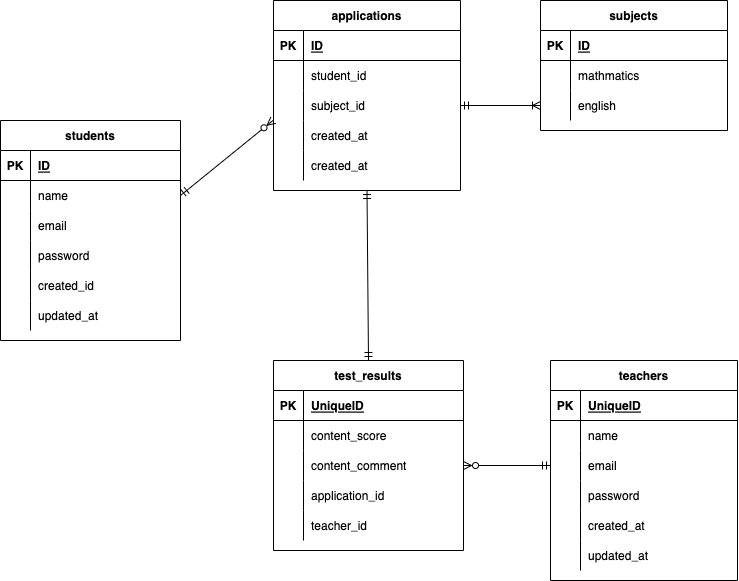
The draw.io diagram DB_arrangemant.drawio.png in kengokonishi0824/DB-arrangement, before a commit. Source tidied: cells renumbered, new cells last; positions are measured from the earlier drawing's top-left corner, leaving out a move shared by most shapes.
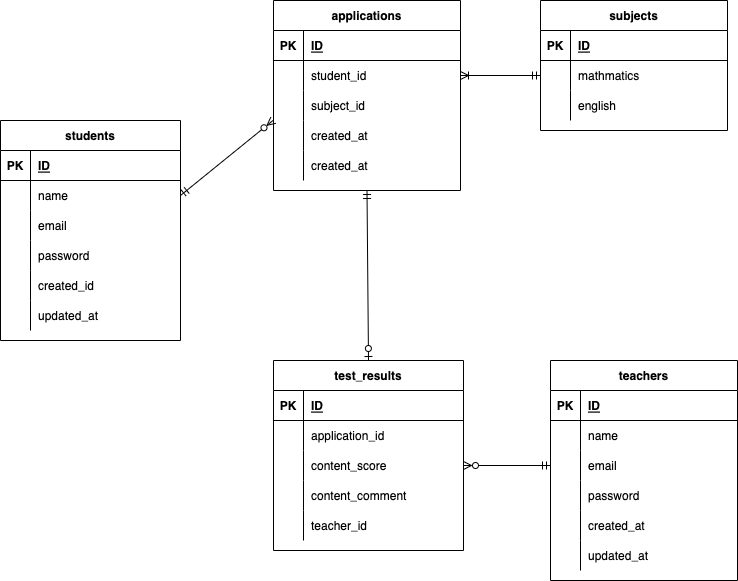
Above is the later version.

Change to the diagram source:
```diff
@@ -68,7 +68,7 @@
     <mxCell id="23" value="PK" style="shape=partialRectangle;fillColor=none;top=0;left=0;bottom=0;right=0;fontStyle=1;overflow=hidden;" parent="22" vertex="1">
       <mxGeometry width="30" height="30" as="geometry" />
     </mxCell>
-    <mxCell id="24" value="UniqueID" style="shape=partialRectangle;fillColor=none;top=0;left=0;bottom=0;right=0;align=left;spacingLeft=6;fontStyle=5;overflow=hidden;" parent="22" vertex="1">
+    <mxCell id="24" value="ID" style="shape=partialRectangle;fillColor=none;top=0;left=0;bottom=0;right=0;align=left;spacingLeft=6;fontStyle=5;overflow=hidden;" parent="22" vertex="1">
       <mxGeometry x="30" width="157" height="30" as="geometry" />
     </mxCell>
     <mxCell id="25" style="shape=partialRectangle;fillColor=none;top=0;left=0;bottom=0;right=0;" parent="21" vertex="1">
@@ -125,7 +125,7 @@
     <mxCell id="42" value="PK" style="shape=partialRectangle;fillColor=none;top=0;left=0;bottom=0;right=0;fontStyle=1;overflow=hidden;" parent="41" vertex="1">
       <mxGeometry width="30" height="30" as="geometry" />
     </mxCell>
-    <mxCell id="43" value="UniqueID" style="shape=partialRectangle;fillColor=none;top=0;left=0;bottom=0;right=0;align=left;spacingLeft=6;fontStyle=5;overflow=hidden;" parent="41" vertex="1">
+    <mxCell id="43" value="ID" style="shape=partialRectangle;fillColor=none;top=0;left=0;bottom=0;right=0;align=left;spacingLeft=6;fontStyle=5;overflow=hidden;" parent="41" vertex="1">
       <mxGeometry x="30" width="160" height="30" as="geometry" />
     </mxCell>
     <mxCell id="44" style="shape=partialRectangle;fillColor=none;top=0;left=0;bottom=0;right=0;" parent="40" vertex="1">
@@ -134,7 +134,7 @@
     <mxCell id="45" style="shape=partialRectangle;fillColor=none;top=0;left=0;bottom=0;right=0;overflow=hidden;" parent="44" vertex="1">
       <mxGeometry width="30" height="30" as="geometry" />
     </mxCell>
-    <mxCell id="46" value="content_score" style="shape=partialRectangle;fillColor=none;top=0;left=0;bottom=0;right=0;align=left;spacingLeft=6;overflow=hidden;" parent="44" vertex="1">
+    <mxCell id="46" value="application_id" style="shape=partialRectangle;fillColor=none;top=0;left=0;bottom=0;right=0;align=left;spacingLeft=6;overflow=hidden;" parent="44" vertex="1">
       <mxGeometry x="30" width="160" height="30" as="geometry" />
     </mxCell>
     <mxCell id="47" style="shape=partialRectangle;fillColor=none;top=0;left=0;bottom=0;right=0;points=[[0,0.5],[1,0.5]];portConstraint=eastwest;" parent="40" vertex="1">
@@ -143,7 +143,7 @@
     <mxCell id="48" style="shape=partialRectangle;fillColor=none;top=0;left=0;bottom=0;right=0;overflow=hidden;" parent="47" vertex="1">
       <mxGeometry width="30" height="30" as="geometry" />
     </mxCell>
-    <mxCell id="49" value="content_comment" style="shape=partialRectangle;fillColor=none;top=0;left=0;bottom=0;right=0;align=left;spacingLeft=6;overflow=hidden;" parent="47" vertex="1">
+    <mxCell id="49" value="content_score" style="shape=partialRectangle;fillColor=none;top=0;left=0;bottom=0;right=0;align=left;spacingLeft=6;overflow=hidden;" parent="47" vertex="1">
       <mxGeometry x="30" width="160" height="30" as="geometry" />
     </mxCell>
     <mxCell id="50" style="shape=partialRectangle;fillColor=none;top=0;left=0;bottom=0;right=0;" parent="40" vertex="1">
@@ -152,7 +152,7 @@
     <mxCell id="51" style="shape=partialRectangle;fillColor=none;top=0;left=0;bottom=0;right=0;overflow=hidden;" parent="50" vertex="1">
       <mxGeometry width="30" height="30" as="geometry" />
     </mxCell>
-    <mxCell id="52" value="application_id" style="shape=partialRectangle;fillColor=none;top=0;left=0;bottom=0;right=0;align=left;spacingLeft=6;overflow=hidden;" parent="50" vertex="1">
+    <mxCell id="52" value="content_comment" style="shape=partialRectangle;fillColor=none;top=0;left=0;bottom=0;right=0;align=left;spacingLeft=6;overflow=hidden;" parent="50" vertex="1">
       <mxGeometry x="30" width="160" height="30" as="geometry" />
     </mxCell>
     <mxCell id="53" style="shape=partialRectangle;fillColor=none;top=0;left=0;bottom=0;right=0;" parent="40" vertex="1">
@@ -245,14 +245,14 @@
     <mxCell id="82" style="fontSize=12;html=1;endArrow=ERzeroToMany;startArrow=ERmandOne;endFill=0;startFill=0;entryX=-0.001;entryY=-0.009;entryDx=0;entryDy=0;entryPerimeter=0;exitX=1;exitY=0.5;exitDx=0;exitDy=0;" parent="1" edge="1" source="6" target="66">
       <mxGeometry relative="1" as="geometry" />
     </mxCell>
-    <mxCell id="83" style="fontSize=12;html=1;endArrow=ERmandOne;startArrow=ERoneToMany;endFill=0;startFill=0;entryX=1;entryY=0.5;entryDx=0;entryDy=0;exitX=0;exitY=0.5;exitDx=0;exitDy=0;" parent="1" edge="1" source="79" target="63">
-      <mxGeometry relative="1" as="geometry" />
-    </mxCell>
-    <mxCell id="84" style="fontSize=12;html=1;endArrow=ERmandOne;startArrow=ERmandOne;endFill=0;startFill=0;exitX=0.5;exitY=0;exitDx=0;exitDy=0;entryX=0.5;entryY=1;entryDx=0;entryDy=0;" parent="1" edge="1" source="40" target="56">
+    <mxCell id="84" style="fontSize=12;html=1;endArrow=ERmandOne;startArrow=ERzeroToOne;endFill=0;startFill=0;exitX=0.5;exitY=0;exitDx=0;exitDy=0;entryX=0.5;entryY=1;entryDx=0;entryDy=0;" parent="1" edge="1" source="40" target="56">
       <mxGeometry relative="1" as="geometry" />
     </mxCell>
     <mxCell id="85" style="fontSize=12;html=1;endArrow=ERmandOne;startArrow=ERzeroToMany;endFill=0;startFill=0;exitX=1;exitY=0.5;exitDx=0;exitDy=0;entryX=0;entryY=0.5;entryDx=0;entryDy=0;" parent="1" edge="1" source="47" target="28">
       <mxGeometry relative="1" as="geometry" />
     </mxCell>
+    <mxCell id="83" style="fontSize=12;html=1;endArrow=ERmandOne;startArrow=ERoneToMany;endFill=0;startFill=0;entryX=0;entryY=0.5;entryDx=0;entryDy=0;exitX=1;exitY=0.5;exitDx=0;exitDy=0;" parent="1" edge="1" source="60" target="76">
+      <mxGeometry relative="1" as="geometry" />
+    </mxCell>
   </root>
 </mxGraphModel>
```
